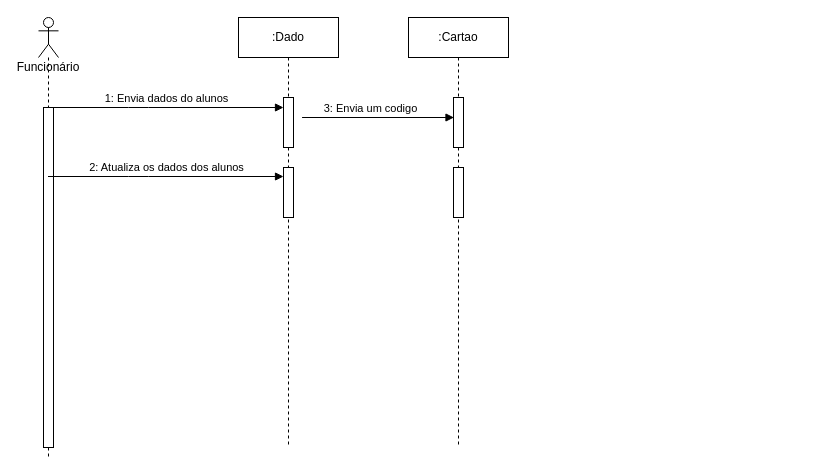
Above: AnaliseSistemasII/diagseqcomcatracas.drawio in owlprog-glitch/spiritpro (draw.io), before the change. Source tidied: cells renumbered, new cells numbered last; positions are measured from the earlier drawing's top-left corner, leaving out a move shared by most shapes. Both pictures are drawn from the tidied source at 100%, with x=0, y=0 at pixel (38, 17).
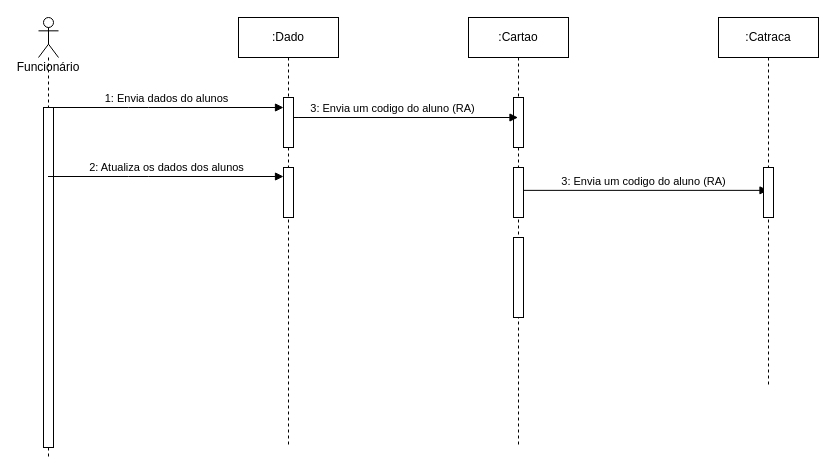
Above is the later version.

What changed in the source:
```diff
@@
+    <mxCell id="13" value="3: Envia um codigo do aluno (RA)" style="html=1;verticalAlign=bottom;endArrow=block;exitX=0.51;exitY=0.402;exitDx=0;exitDy=0;exitPerimeter=0;" parent="1" edge="1" source="9" target="15">
+      <mxGeometry relative="1" as="geometry" />
+    </mxCell>
@@
     <mxCell id="9" value="&lt;div&gt;:Cartao&lt;/div&gt;" style="shape=umlLifeline;perimeter=lifelinePerimeter;whiteSpace=wrap;html=1;outlineConnect=0;" parent="1" vertex="1">
-      <mxGeometry x="370" width="100" height="430" as="geometry" />
+      <mxGeometry x="430" width="100" height="430" as="geometry" />
     </mxCell>
@@
+    <mxCell id="14" style="html=1;perimeter=orthogonalPerimeter;" parent="9" vertex="1">
+      <mxGeometry x="45" y="220" width="10" height="80" as="geometry" />
+    </mxCell>
-    <mxCell id="12" value="3: Envia um codigo" style="html=1;verticalAlign=bottom;endArrow=block;" parent="1" edge="1">
+    <mxCell id="12" value="3: Envia um codigo do aluno (RA)" style="html=1;verticalAlign=bottom;endArrow=block;" parent="1" edge="1" target="9">
       <mxGeometry relative="1" as="geometry">
         <mxPoint x="271" y="100" as="sourcePoint" />
-        <mxPoint x="415.5" y="100" as="targetPoint" />
         <Array as="points">
-          <mxPoint x="260" y="100" />
+          <mxPoint x="250" y="100" />
         </Array>
       </mxGeometry>
     </mxCell>
+    <mxCell id="15" value=":Catraca" style="shape=umlLifeline;perimeter=lifelinePerimeter;whiteSpace=wrap;html=1;outlineConnect=0;" parent="1" vertex="1">
+      <mxGeometry x="680" width="100" height="370" as="geometry" />
+    </mxCell>
+    <mxCell id="16" style="html=1;perimeter=orthogonalPerimeter;" parent="15" vertex="1">
+      <mxGeometry x="45" y="150" width="10" height="50" as="geometry" />
+    </mxCell>
```
